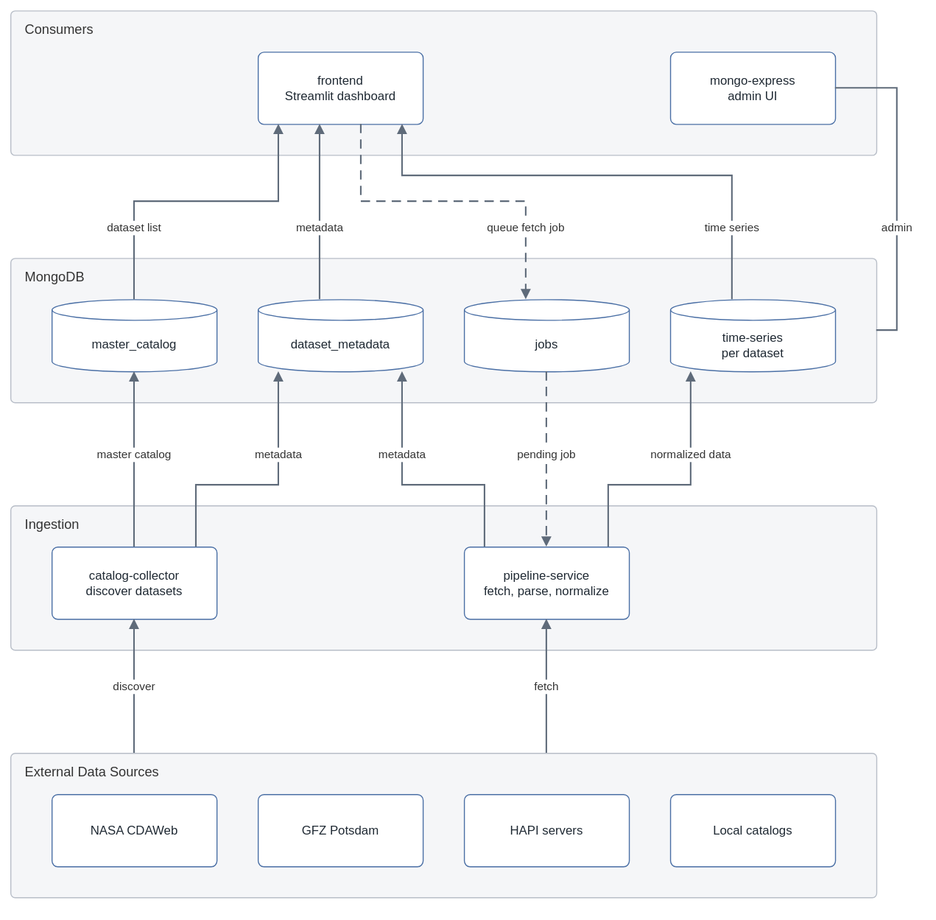
Above: docs/architecture.drawio.svg in Arduel1/space_weather_analysis (draw.io), before the change. Source tidied: cells renumbered, new cells last; positions are measured from the earlier drawing's top-left corner, leaving out a move shared by most shapes.
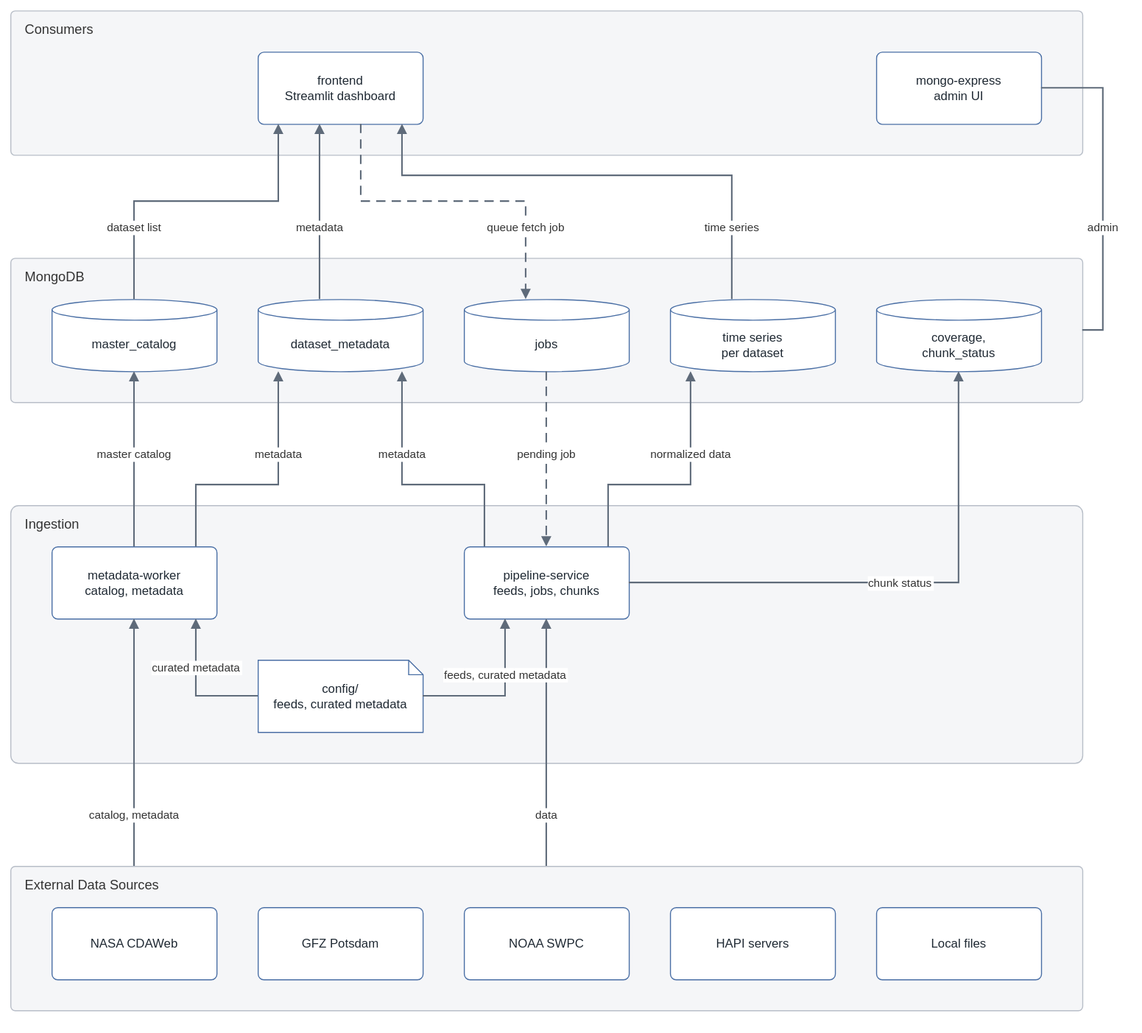
Above is the later version.

What changed in the source:
```diff
@@ -3,16 +3,16 @@
     <mxCell id="0" />
     <mxCell id="1" parent="0" />
     <mxCell id="2" value="Consumers" style="rounded=1;arcSize=3;whiteSpace=wrap;html=0;fillColor=#F5F6F8;strokeColor=#B8BEC8;verticalAlign=top;align=left;spacingLeft=12;spacingTop=4;fontSize=13;fontColor=#333333;" parent="1" vertex="1">
-      <mxGeometry width="840" height="140" as="geometry" />
+      <mxGeometry width="1040" height="140" as="geometry" />
     </mxCell>
     <mxCell id="3" value="frontend&#10;Streamlit dashboard" style="rounded=1;arcSize=8;whiteSpace=wrap;html=0;fillColor=#FFFFFF;strokeColor=#4A6FA5;fontColor=#1F2933;fontSize=12;" parent="2" vertex="1">
       <mxGeometry x="240" y="40" width="160" height="70" as="geometry" />
     </mxCell>
     <mxCell id="4" value="mongo-express&#10;admin UI" style="rounded=1;arcSize=8;whiteSpace=wrap;html=0;fillColor=#FFFFFF;strokeColor=#4A6FA5;fontColor=#1F2933;fontSize=12;" parent="2" vertex="1">
-      <mxGeometry x="640" y="40" width="160" height="70" as="geometry" />
+      <mxGeometry x="840" y="40" width="160" height="70" as="geometry" />
     </mxCell>
     <mxCell id="5" value="MongoDB" style="rounded=1;arcSize=3;whiteSpace=wrap;html=0;fillColor=#F5F6F8;strokeColor=#B8BEC8;verticalAlign=top;align=left;spacingLeft=12;spacingTop=4;fontSize=13;fontColor=#333333;" parent="1" vertex="1">
-      <mxGeometry y="240" width="840" height="140" as="geometry" />
+      <mxGeometry y="240" width="1040" height="140" as="geometry" />
     </mxCell>
     <mxCell id="6" value="master_catalog" style="shape=cylinder3;whiteSpace=wrap;html=0;boundedLbl=1;backgroundOutline=1;size=10;fillColor=#FFFFFF;strokeColor=#4A6FA5;fontColor=#1F2933;fontSize=12;" parent="5" vertex="1">
       <mxGeometry x="40" y="40" width="160" height="70" as="geometry" />
@@ -23,20 +23,26 @@
     <mxCell id="8" value="jobs" style="shape=cylinder3;whiteSpace=wrap;html=0;boundedLbl=1;backgroundOutline=1;size=10;fillColor=#FFFFFF;strokeColor=#4A6FA5;fontColor=#1F2933;fontSize=12;" parent="5" vertex="1">
       <mxGeometry x="440" y="40" width="160" height="70" as="geometry" />
     </mxCell>
-    <mxCell id="9" value="time-series&#10;per dataset" style="shape=cylinder3;whiteSpace=wrap;html=0;boundedLbl=1;backgroundOutline=1;size=10;fillColor=#FFFFFF;strokeColor=#4A6FA5;fontColor=#1F2933;fontSize=12;" parent="5" vertex="1">
+    <mxCell id="9" value="time series&#10;per dataset" style="shape=cylinder3;whiteSpace=wrap;html=0;boundedLbl=1;backgroundOutline=1;size=10;fillColor=#FFFFFF;strokeColor=#4A6FA5;fontColor=#1F2933;fontSize=12;" parent="5" vertex="1">
       <mxGeometry x="640" y="40" width="160" height="70" as="geometry" />
     </mxCell>
+    <mxCell id="30" value="coverage,&#10;chunk_status" style="shape=cylinder3;whiteSpace=wrap;html=0;boundedLbl=1;backgroundOutline=1;size=10;fillColor=#FFFFFF;strokeColor=#4A6FA5;fontColor=#1F2933;fontSize=12;" parent="5" vertex="1">
+      <mxGeometry x="840" y="40" width="160" height="70" as="geometry" />
+    </mxCell>
     <mxCell id="10" value="Ingestion" style="rounded=1;arcSize=3;whiteSpace=wrap;html=0;fillColor=#F5F6F8;strokeColor=#B8BEC8;verticalAlign=top;align=left;spacingLeft=12;spacingTop=4;fontSize=13;fontColor=#333333;" parent="1" vertex="1">
-      <mxGeometry y="480" width="840" height="140" as="geometry" />
+      <mxGeometry y="480" width="1040" height="250" as="geometry" />
     </mxCell>
-    <mxCell id="11" value="catalog-collector&#10;discover datasets" style="rounded=1;arcSize=8;whiteSpace=wrap;html=0;fillColor=#FFFFFF;strokeColor=#4A6FA5;fontColor=#1F2933;fontSize=12;" parent="10" vertex="1">
+    <mxCell id="11" value="metadata-worker&#10;catalog, metadata" style="rounded=1;arcSize=8;whiteSpace=wrap;html=0;fillColor=#FFFFFF;strokeColor=#4A6FA5;fontColor=#1F2933;fontSize=12;" parent="10" vertex="1">
       <mxGeometry x="40" y="40" width="160" height="70" as="geometry" />
     </mxCell>
-    <mxCell id="12" value="pipeline-service&#10;fetch, parse, normalize" style="rounded=1;arcSize=8;whiteSpace=wrap;html=0;fillColor=#FFFFFF;strokeColor=#4A6FA5;fontColor=#1F2933;fontSize=12;" parent="10" vertex="1">
+    <mxCell id="12" value="pipeline-service&#10;feeds, jobs, chunks" style="rounded=1;arcSize=8;whiteSpace=wrap;html=0;fillColor=#FFFFFF;strokeColor=#4A6FA5;fontColor=#1F2933;fontSize=12;" parent="10" vertex="1">
       <mxGeometry x="440" y="40" width="160" height="70" as="geometry" />
     </mxCell>
+    <mxCell id="31" value="config/&#10;feeds, curated metadata" style="shape=note;size=14;whiteSpace=wrap;html=0;fillColor=#FFFFFF;strokeColor=#4A6FA5;fontColor=#1F2933;fontSize=12;" parent="10" vertex="1">
+      <mxGeometry x="240" y="150" width="160" height="70" as="geometry" />
+    </mxCell>
     <mxCell id="13" value="External Data Sources" style="rounded=1;arcSize=3;whiteSpace=wrap;html=0;fillColor=#F5F6F8;strokeColor=#B8BEC8;verticalAlign=top;align=left;spacingLeft=12;spacingTop=4;fontSize=13;fontColor=#333333;" parent="1" vertex="1">
-      <mxGeometry y="720" width="840" height="140" as="geometry" />
+      <mxGeometry y="830" width="1040" height="140" as="geometry" />
     </mxCell>
     <mxCell id="14" value="NASA CDAWeb" style="rounded=1;arcSize=8;whiteSpace=wrap;html=0;fillColor=#FFFFFF;strokeColor=#4A6FA5;fontColor=#1F2933;fontSize=12;" parent="13" vertex="1">
       <mxGeometry x="40" y="40" width="160" height="70" as="geometry" />
@@ -45,16 +51,19 @@
       <mxGeometry x="240" y="40" width="160" height="70" as="geometry" />
     </mxCell>
     <mxCell id="16" value="HAPI servers" style="rounded=1;arcSize=8;whiteSpace=wrap;html=0;fillColor=#FFFFFF;strokeColor=#4A6FA5;fontColor=#1F2933;fontSize=12;" parent="13" vertex="1">
-      <mxGeometry x="440" y="40" width="160" height="70" as="geometry" />
+      <mxGeometry x="640" y="40" width="160" height="70" as="geometry" />
     </mxCell>
-    <mxCell id="17" value="Local catalogs" style="rounded=1;arcSize=8;whiteSpace=wrap;html=0;fillColor=#FFFFFF;strokeColor=#4A6FA5;fontColor=#1F2933;fontSize=12;" parent="13" vertex="1">
-      <mxGeometry x="640" y="40" width="160" height="70" as="geometry" />
+    <mxCell id="17" value="Local files" style="rounded=1;arcSize=8;whiteSpace=wrap;html=0;fillColor=#FFFFFF;strokeColor=#4A6FA5;fontColor=#1F2933;fontSize=12;" parent="13" vertex="1">
+      <mxGeometry x="840" y="40" width="160" height="70" as="geometry" />
     </mxCell>
+    <mxCell id="32" value="NOAA SWPC" style="rounded=1;arcSize=8;whiteSpace=wrap;html=0;fillColor=#FFFFFF;strokeColor=#4A6FA5;fontColor=#1F2933;fontSize=12;" parent="13" vertex="1">
+      <mxGeometry x="440" y="40" width="160" height="70" as="geometry" />
+    </mxCell>
-    <mxCell id="18" value="discover" style="edgeStyle=orthogonalEdgeStyle;rounded=0;html=0;strokeColor=#5F6B7A;strokeWidth=1.5;endArrow=block;endFill=1;fontSize=11;fontColor=#333333;labelBackgroundColor=#FFFFFF;exitX=0.142857;exitY=0;exitDx=0;exitDy=0;entryX=0.5;entryY=1;entryDx=0;entryDy=0;" parent="1" edge="1" source="13" target="11">
-      <mxGeometry relative="1" as="geometry" />
+    <mxCell id="18" value="catalog, metadata" style="edgeStyle=orthogonalEdgeStyle;rounded=0;html=0;strokeColor=#5F6B7A;strokeWidth=1.5;endArrow=block;endFill=1;fontSize=11;fontColor=#333333;labelBackgroundColor=#FFFFFF;exitX=0.115385;exitY=0;exitDx=0;exitDy=0;entryX=0.5;entryY=1;entryDx=0;entryDy=0;" parent="1" edge="1" source="13" target="11">
+      <mxGeometry x="-0.58" relative="1" as="geometry" />
     </mxCell>
-    <mxCell id="19" value="fetch" style="edgeStyle=orthogonalEdgeStyle;rounded=0;html=0;strokeColor=#5F6B7A;strokeWidth=1.5;endArrow=block;endFill=1;fontSize=11;fontColor=#333333;labelBackgroundColor=#FFFFFF;exitX=0.619048;exitY=0;exitDx=0;exitDy=0;entryX=0.5;entryY=1;entryDx=0;entryDy=0;" parent="1" edge="1" source="13" target="12">
-      <mxGeometry relative="1" as="geometry" />
+    <mxCell id="19" value="data" style="edgeStyle=orthogonalEdgeStyle;rounded=0;html=0;strokeColor=#5F6B7A;strokeWidth=1.5;endArrow=block;endFill=1;fontSize=11;fontColor=#333333;labelBackgroundColor=#FFFFFF;exitX=0.5;exitY=0;exitDx=0;exitDy=0;entryX=0.5;entryY=1;entryDx=0;entryDy=0;" parent="1" edge="1" source="13" target="12">
+      <mxGeometry x="-0.58" relative="1" as="geometry" />
     </mxCell>
     <mxCell id="20" value="master catalog" style="edgeStyle=orthogonalEdgeStyle;rounded=0;html=0;strokeColor=#5F6B7A;strokeWidth=1.5;endArrow=block;endFill=1;fontSize=11;fontColor=#333333;labelBackgroundColor=#FFFFFF;exitX=0.5;exitY=0;exitDx=0;exitDy=0;entryX=0.5;entryY=1;entryDx=0;entryDy=0;entryPerimeter=0;" parent="1" edge="1" source="11" target="6">
       <mxGeometry x="0.06" relative="1" as="geometry" />
@@ -116,10 +125,31 @@
     <mxCell id="29" value="admin" style="edgeStyle=orthogonalEdgeStyle;rounded=0;html=0;strokeColor=#5F6B7A;strokeWidth=1.5;endArrow=none;startArrow=none;fontSize=11;fontColor=#333333;labelBackgroundColor=#FFFFFF;exitX=1;exitY=0.5;exitDx=0;exitDy=0;entryX=1;entryY=0.5;entryDx=0;entryDy=0;" parent="1" edge="1" source="4" target="5">
       <mxGeometry x="0.24" relative="1" as="geometry">
         <Array as="points">
-          <mxPoint x="860" y="75" />
-          <mxPoint x="860" y="310" />
+          <mxPoint x="1060" y="75" />
+          <mxPoint x="1060" y="310" />
         </Array>
       </mxGeometry>
     </mxCell>
+    <mxCell id="33" value="curated metadata" style="edgeStyle=orthogonalEdgeStyle;rounded=0;html=0;strokeColor=#5F6B7A;strokeWidth=1.5;endArrow=block;endFill=1;fontSize=11;fontColor=#333333;labelBackgroundColor=#FFFFFF;exitX=0;exitY=0.5;exitDx=0;exitDy=0;entryX=0.875;entryY=1;entryDx=0;entryDy=0;" parent="1" edge="1" source="31" target="11">
+      <mxGeometry x="0.3" relative="1" as="geometry">
+        <Array as="points">
+          <mxPoint x="180" y="665" />
+        </Array>
+      </mxGeometry>
+    </mxCell>
+    <mxCell id="34" value="feeds, curated metadata" style="edgeStyle=orthogonalEdgeStyle;rounded=0;html=0;strokeColor=#5F6B7A;strokeWidth=1.5;endArrow=block;endFill=1;fontSize=11;fontColor=#333333;labelBackgroundColor=#FFFFFF;exitX=1;exitY=0.5;exitDx=0;exitDy=0;entryX=0.25;entryY=1;entryDx=0;entryDy=0;" parent="1" edge="1" source="31" target="12">
+      <mxGeometry x="0.3" relative="1" as="geometry">
+        <Array as="points">
+          <mxPoint x="480" y="665" />
+        </Array>
+      </mxGeometry>
+    </mxCell>
+    <mxCell id="35" value="chunk status" style="edgeStyle=orthogonalEdgeStyle;rounded=0;html=0;strokeColor=#5F6B7A;strokeWidth=1.5;endArrow=block;endFill=1;fontSize=11;fontColor=#333333;labelBackgroundColor=#FFFFFF;exitX=1;exitY=0.5;exitDx=0;exitDy=0;entryX=0.5;entryY=1;entryDx=0;entryDy=0;entryPerimeter=0;" parent="1" edge="1" source="12" target="30">
+      <mxGeometry relative="1" as="geometry">
+        <Array as="points">
+          <mxPoint x="920" y="555" />
+        </Array>
+      </mxGeometry>
+    </mxCell>
   </root>
 </mxGraphModel>
```
